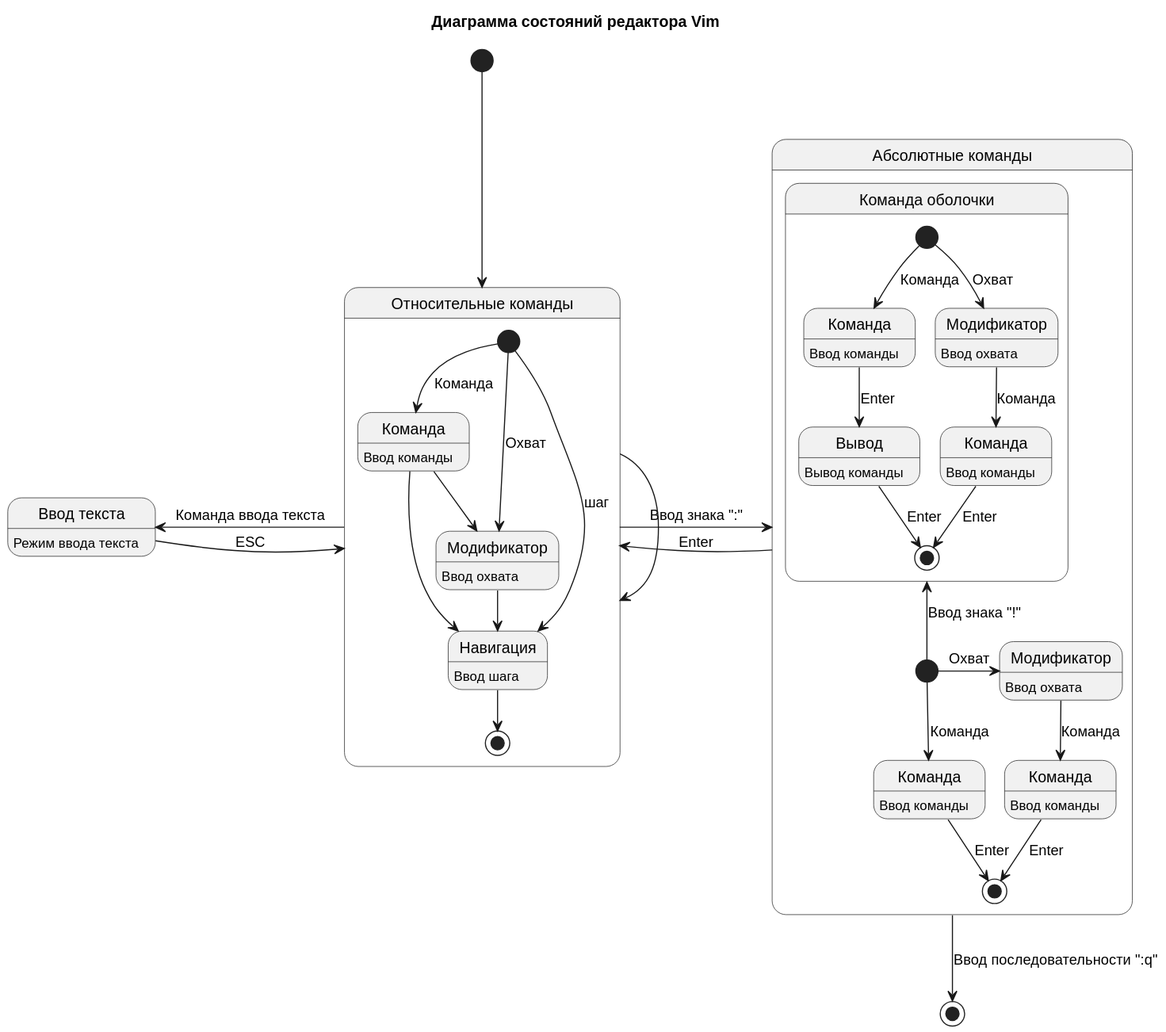
Earlier version of the PlantUML export docs/out/vim/vim.svg (olgapshen/Sysbase).
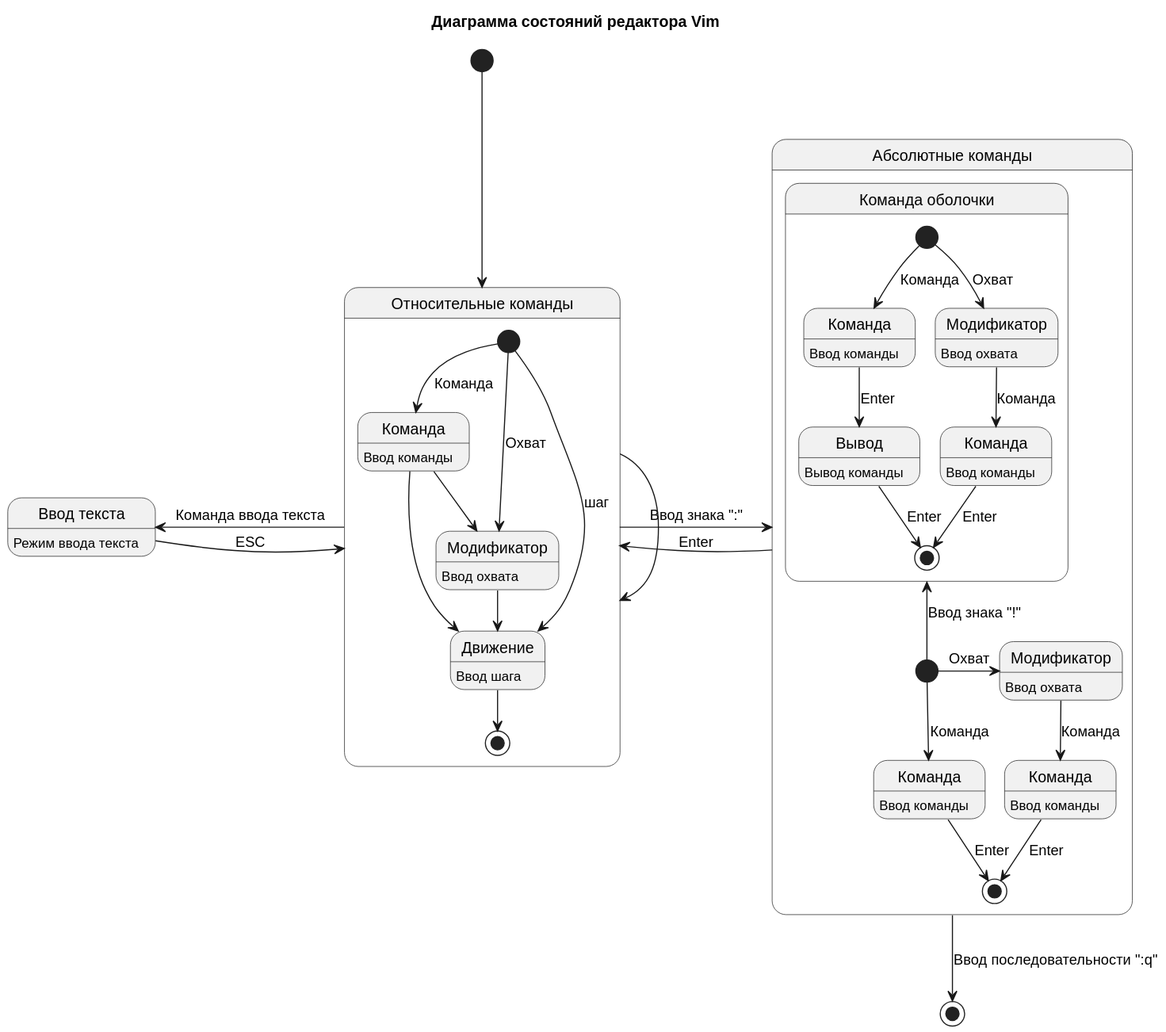
The same diagram one commit later.

Change to the diagram source:
```diff
@@ -4,7 +4,7 @@
 state "Относительные команды" as rel {
     state "Команда" as rel_cmd : Ввод команды
     state "Модификатор" as rel_mod : Ввод охвата
-    state "Навигация" as rel_nav : Ввод шага
+    state "Движение" as rel_nav : Ввод шага
     [*] -down-> rel_cmd : Команда
     [*] -down-> rel_mod : Охват
     [*] -down-> rel_nav : шаг
```
